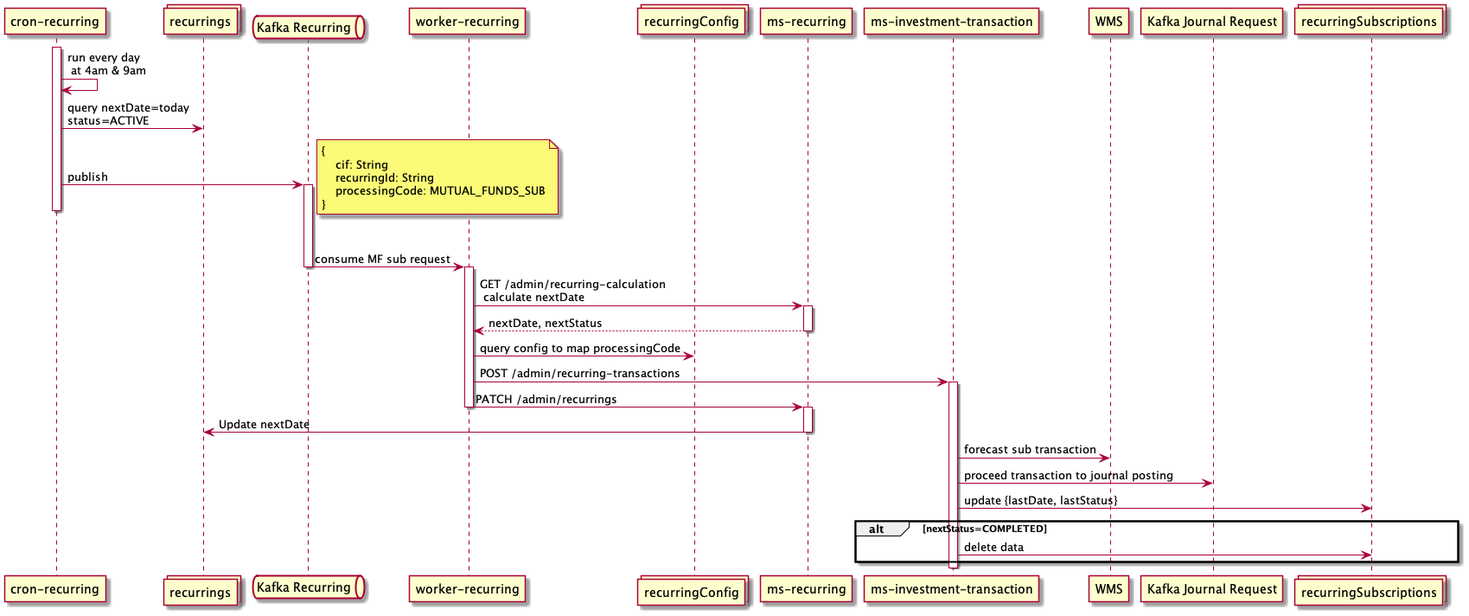
iksena/jenius-uml keeps this PlantUML diagram as out/cronRecurring/mutual funds cron recurring.png. Above is the earlier version. Source of this version:
```plantuml
@startuml mutual funds cron recurring

participant "cron-recurring" as cron
collections "recurrings" as recs
queue "Kafka Recurring" as kafkaRec
participant "worker-recurring" as wiRec
collections "recurringConfig" as configs
participant "ms-recurring" as mr
participant "ms-investment-transaction" as mit
participant "WMS" as wms
participant "Kafka Journal Request" as kafkaJournal
collections "recurringSubscriptions" as recSubs

activate cron
cron -> cron: run every day\n at 4am & 9am
cron -> recs: query nextDate=today\nstatus=ACTIVE
cron -> kafkaRec: publish
note right
{
    cif: String
    recurringId: String
    processingCode: MUTUAL_FUNDS_SUB
}
end note
activate kafkaRec
deactivate cron
kafkaRec -> wiRec: consume MF sub request
deactivate kafkaRec
activate wiRec
wiRec -> mr: GET /admin/recurring-calculation\n calculate nextDate
activate mr
mr --> wiRec: nextDate, nextStatus
deactivate mr
wiRec -> configs: query config to map processingCode
wiRec -> mit: POST /admin/recurring-transactions
activate mit
wiRec -> mr: PATCH /admin/recurrings
deactivate wiRec
activate mr
mr -> recs: Update nextDate
deactivate mr
mit -> wms: forecast sub transaction
mit -> kafkaJournal: proceed transaction to journal posting
mit -> recSubs: update {lastDate, lastStatus}
alt nextStatus=COMPLETED
mit -> recSubs: delete data
end
deactivate mit

@enduml
```
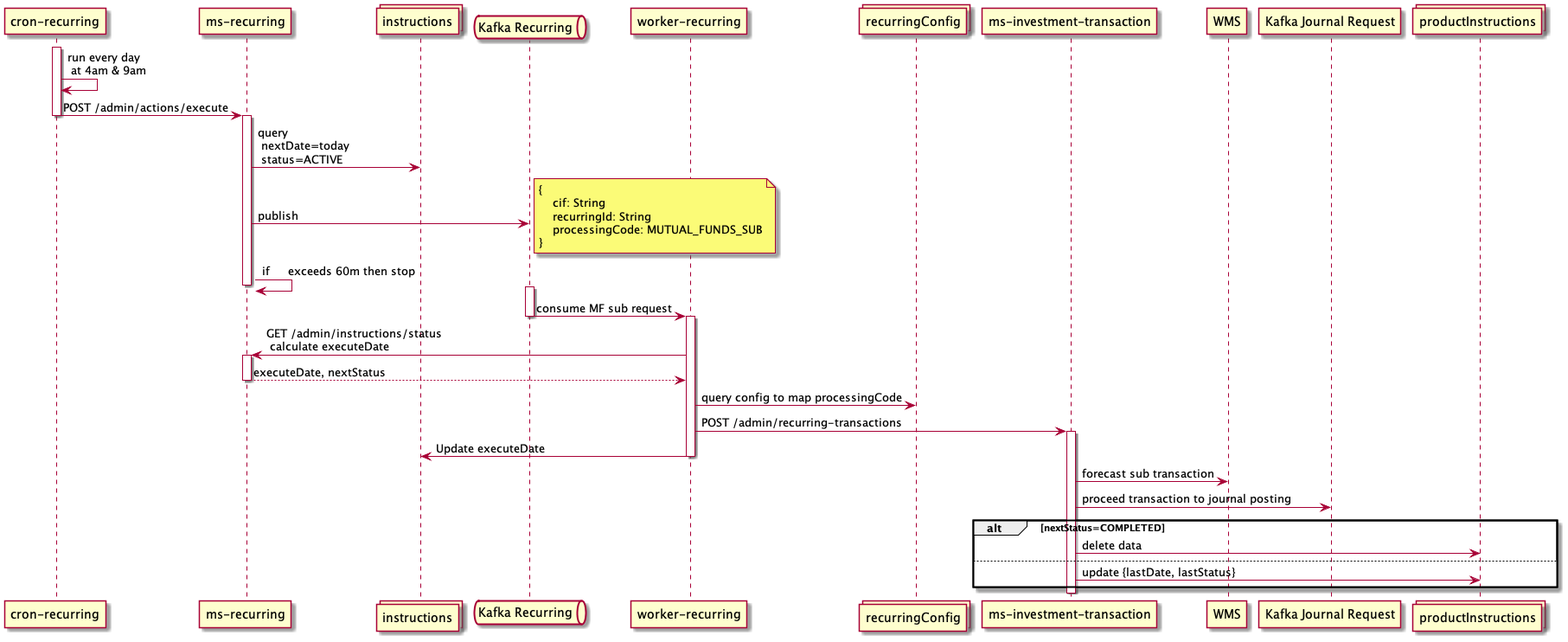
Above is the later version.

Change to the diagram source:
```diff
@@ -1,20 +1,23 @@
 @startuml mutual funds cron recurring
 
 participant "cron-recurring" as cron
-collections "recurrings" as recs
+participant "ms-recurring" as mr
+collections "instructions" as instructions
 queue "Kafka Recurring" as kafkaRec
 participant "worker-recurring" as wiRec
 collections "recurringConfig" as configs
-participant "ms-recurring" as mr
 participant "ms-investment-transaction" as mit
 participant "WMS" as wms
 participant "Kafka Journal Request" as kafkaJournal
-collections "recurringSubscriptions" as recSubs
+collections "productInstructions" as recSubs
 
 activate cron
 cron -> cron: run every day\n at 4am & 9am
-cron -> recs: query nextDate=today\nstatus=ACTIVE
-cron -> kafkaRec: publish
+cron -> mr: POST /admin/actions/execute
+deactivate cron
+activate mr
+mr -> instructions: query\n nextDate=today\n status=ACTIVE
+mr -> kafkaRec: publish
 note right
 {
     cif: String
@@ -22,28 +25,27 @@
     processingCode: MUTUAL_FUNDS_SUB
 }
 end note
+mr -> mr: if ⏱ exceeds 60m then stop
+deactivate mr
 activate kafkaRec
-deactivate cron
 kafkaRec -> wiRec: consume MF sub request
 deactivate kafkaRec
 activate wiRec
-wiRec -> mr: GET /admin/recurring-calculation\n calculate nextDate
+wiRec -> mr: GET /admin/instructions/status\n calculate executeDate
 activate mr
-mr --> wiRec: nextDate, nextStatus
+mr --> wiRec: executeDate, nextStatus
 deactivate mr
 wiRec -> configs: query config to map processingCode
 wiRec -> mit: POST /admin/recurring-transactions
 activate mit
-wiRec -> mr: PATCH /admin/recurrings
+wiRec -> instructions: Update executeDate
 deactivate wiRec
-activate mr
-mr -> recs: Update nextDate
-deactivate mr
 mit -> wms: forecast sub transaction
 mit -> kafkaJournal: proceed transaction to journal posting
-mit -> recSubs: update {lastDate, lastStatus}
 alt nextStatus=COMPLETED
 mit -> recSubs: delete data
+else
+mit -> recSubs: update {lastDate, lastStatus}
 end
 deactivate mit
 
```
